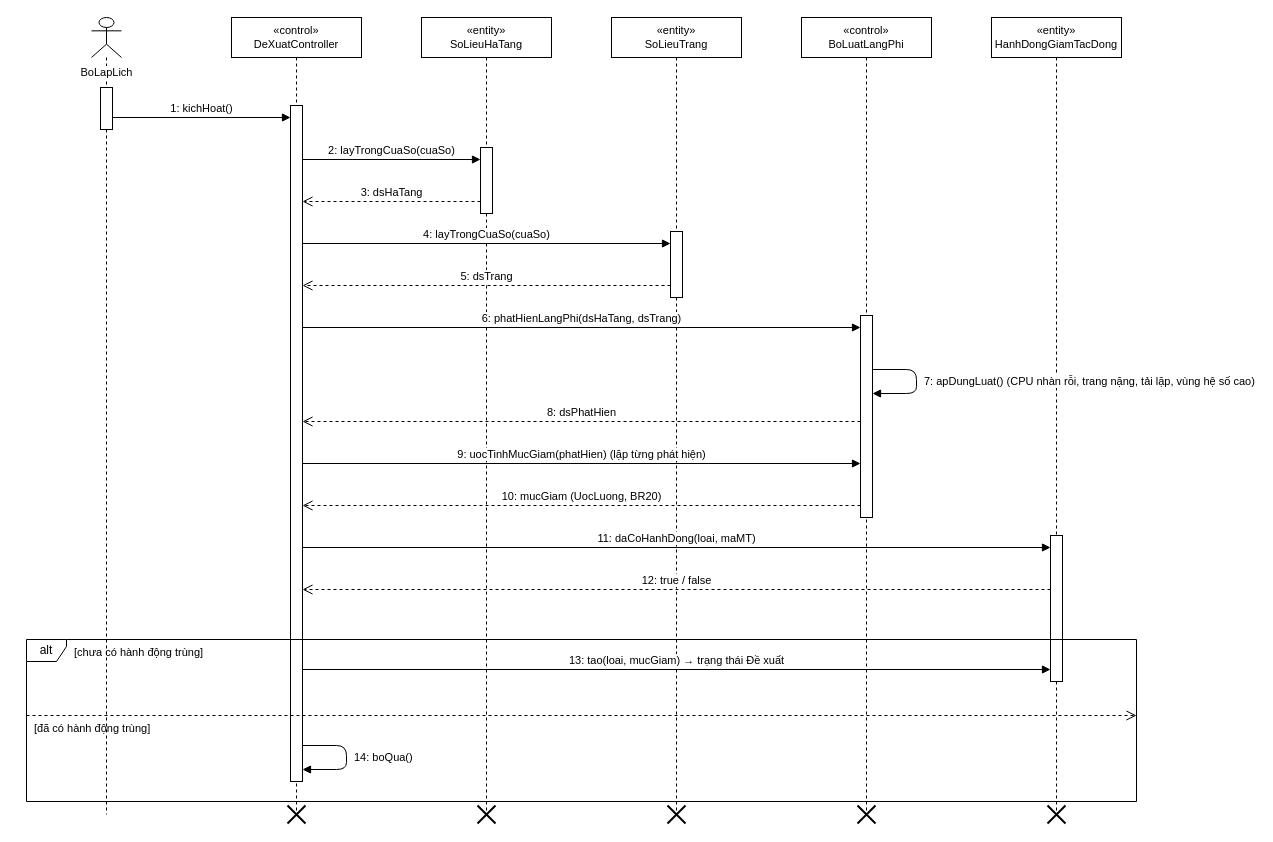
Before: docs/diagrams/03_TuanTu/UC_GD_017_Sequence_DeXuatHanhDong.drawio in TranThienNhan8279/GreenDash, a draw.io diagram. Source tidied: cells renumbered, new cells numbered last; positions are measured from the earlier drawing's top-left corner, leaving out a move shared by most shapes. Both pictures are drawn from the tidied source at 100%, with x=0, y=0 at pixel (26, 17).
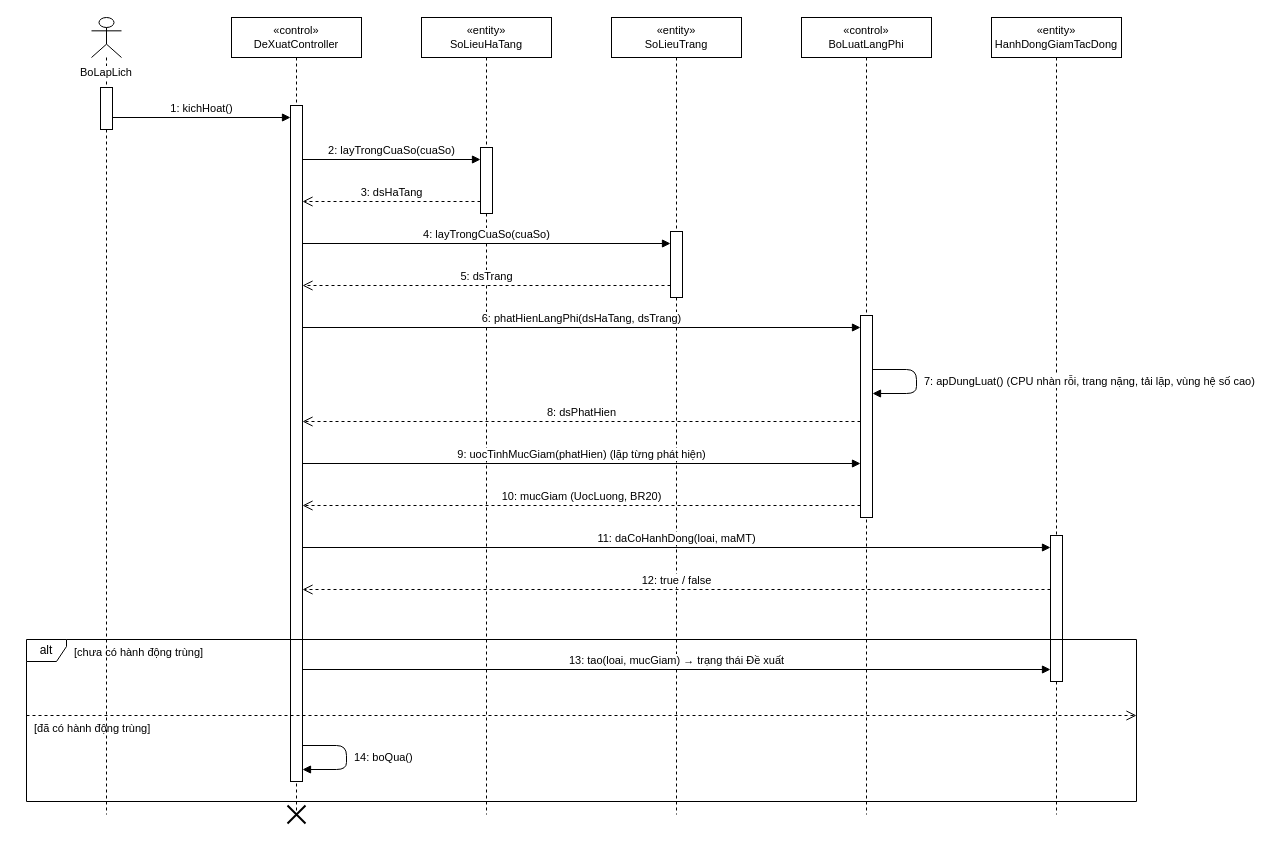
The same page after the edit.

Change to the diagram source:
```diff
@@
-    <mxCell id="2" value="BoLapLich" style="shape=umlLifeline;participant=umlActor;verticalAlign=top;spacingTop=42;labelBackgroundColor=#ffffff;perimeter=lifelinePerimeter;whiteSpace=nowrap;html=1;fontSize=11;" parent="1" vertex="1">
+    <mxCell id="2" value="BoLapLich" style="shape=umlLifeline;participant=umlActor;verticalAlign=top;spacingTop=42;labelBackgroundColor=#ffffff;perimeter=lifelinePerimeter;whiteSpace=wrap;html=1;fontSize=11;" parent="1" vertex="1">
       <mxGeometry x="65" width="30" height="797" as="geometry" />
     </mxCell>
@@
-    <mxCell id="12" style="shape=umlDestroy;html=1;strokeWidth=2;strokeColor=#000000;" parent="1" vertex="1">
-      <mxGeometry x="451" y="788" width="18" height="18" as="geometry" />
-    </mxCell>
@@
-    <mxCell id="14" style="shape=umlDestroy;html=1;strokeWidth=2;strokeColor=#000000;" parent="1" vertex="1">
-      <mxGeometry x="641" y="788" width="18" height="18" as="geometry" />
-    </mxCell>
@@
-    <mxCell id="16" style="shape=umlDestroy;html=1;strokeWidth=2;strokeColor=#000000;" parent="1" vertex="1">
-      <mxGeometry x="831" y="788" width="18" height="18" as="geometry" />
-    </mxCell>
@@
-    <mxCell id="18" style="shape=umlDestroy;html=1;strokeWidth=2;strokeColor=#000000;" parent="1" vertex="1">
-      <mxGeometry x="1021" y="788" width="18" height="18" as="geometry" />
-    </mxCell>
```
